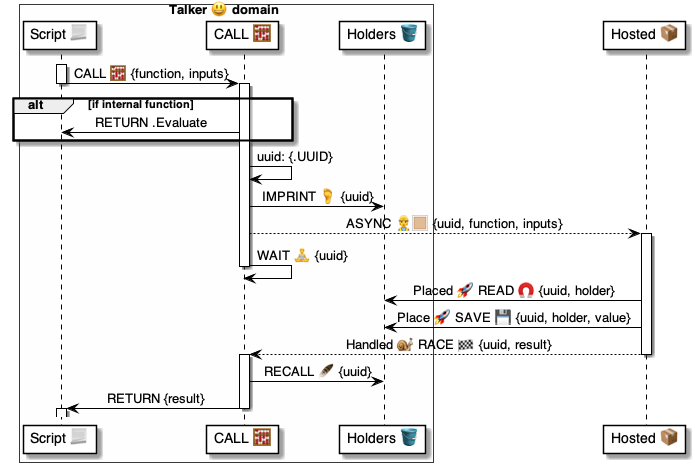
Above: 4 ⚙️ Solution/37 Scripts 📃/📃 Commands ⌘/⌘ for async/CALL 🧮/🧮 CALL ⚙️ uml.png in pollyweb-org/pollyweb-docs (PlantUML), before the change. Its source is kept beside it as 4 ⚙️ Solution/37 Scripts 📃/📃 Commands ⌘/⌘ for async/CALL 🧮/🧮 CALL ⚙️ uml.puml.
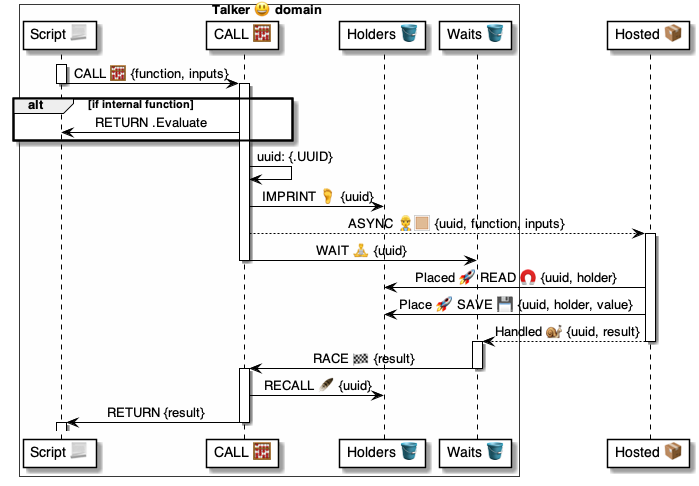
The same file after the commit.

Diff of the diagram source:
```diff
@@ -1,9 +1,10 @@
-@startuml Handle
+@startuml CALL
 
 box Talker 😃 domain #FFFFFA
     participant "Script 📃" as script
     participant "CALL 🧮" as talker
     participant "Holders 🪣" as holders
+    participant "Waits 🪣" as waits
 end box
 participant "Hosted 📦" as hosted
 
@@ -23,13 +24,17 @@
     talker -> holders: IMPRINT 🦶 {uuid}
     talker --> hosted: ASYNC 👷🏼 {uuid, function, inputs}
 activate hosted
-    talker -> talker: WAIT 🧘 {uuid}
+    talker -> waits: WAIT 🧘 {uuid}
 deactivate talker
 
     hosted -> holders: Placed 🚀 READ 🧲 {uuid, holder}
     hosted -> holders: Place 🚀 SAVE 💾 {uuid, holder, value}
-    hosted --> talker: Handled 🐌 RACE 🏁 {uuid, result}
+    hosted --> waits: Handled 🐌 {uuid, result}
 deactivate hosted
+
+activate waits
+    waits -> talker: RACE 🏁 {result}
+deactivate waits
 
 activate talker
     talker -> holders: RECALL 🪶 {uuid}
```
